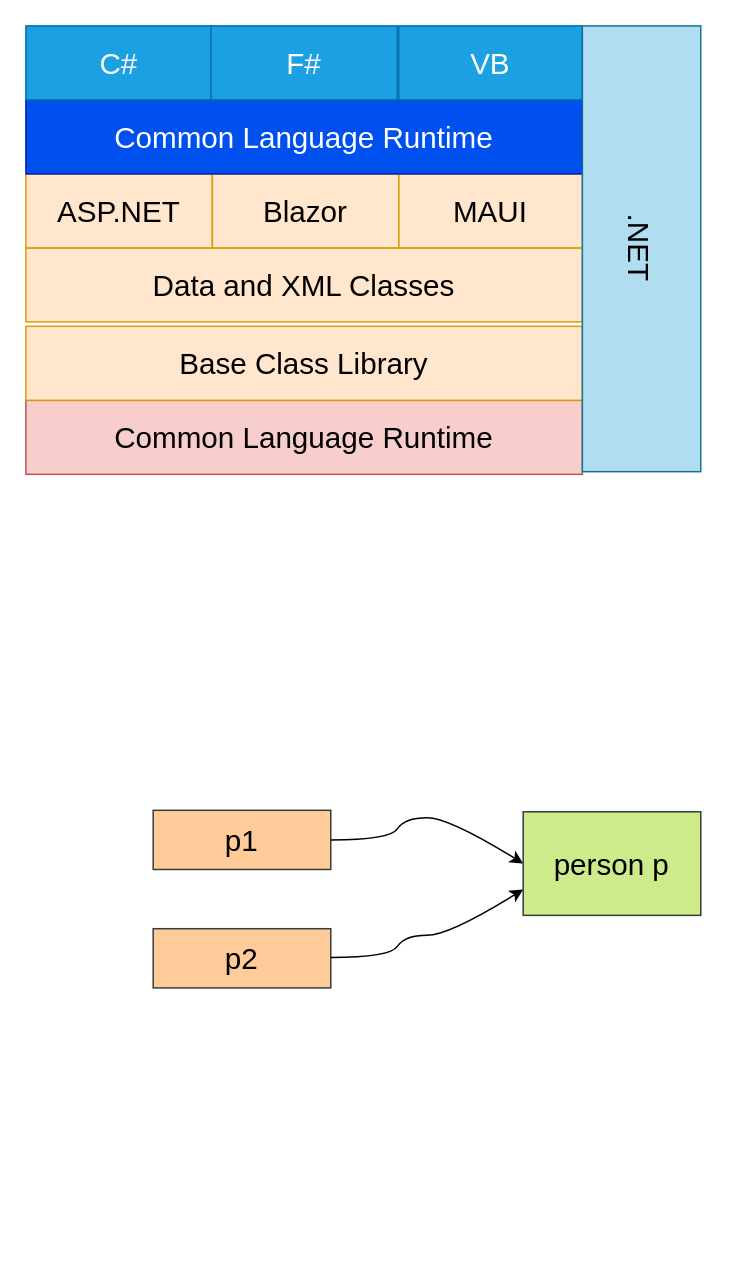
Before: Intro To Csharp Book Drawings.drawio in JeffreyYeTHU/Drawings, a draw.io diagram. Source tidied: cells renumbered, new cells numbered last; positions are measured from the earlier drawing's top-left corner, leaving out a move shared by most shapes. Both pictures are drawn from the tidied source at 148%, with x=0, y=0 at pixel (25, 25).
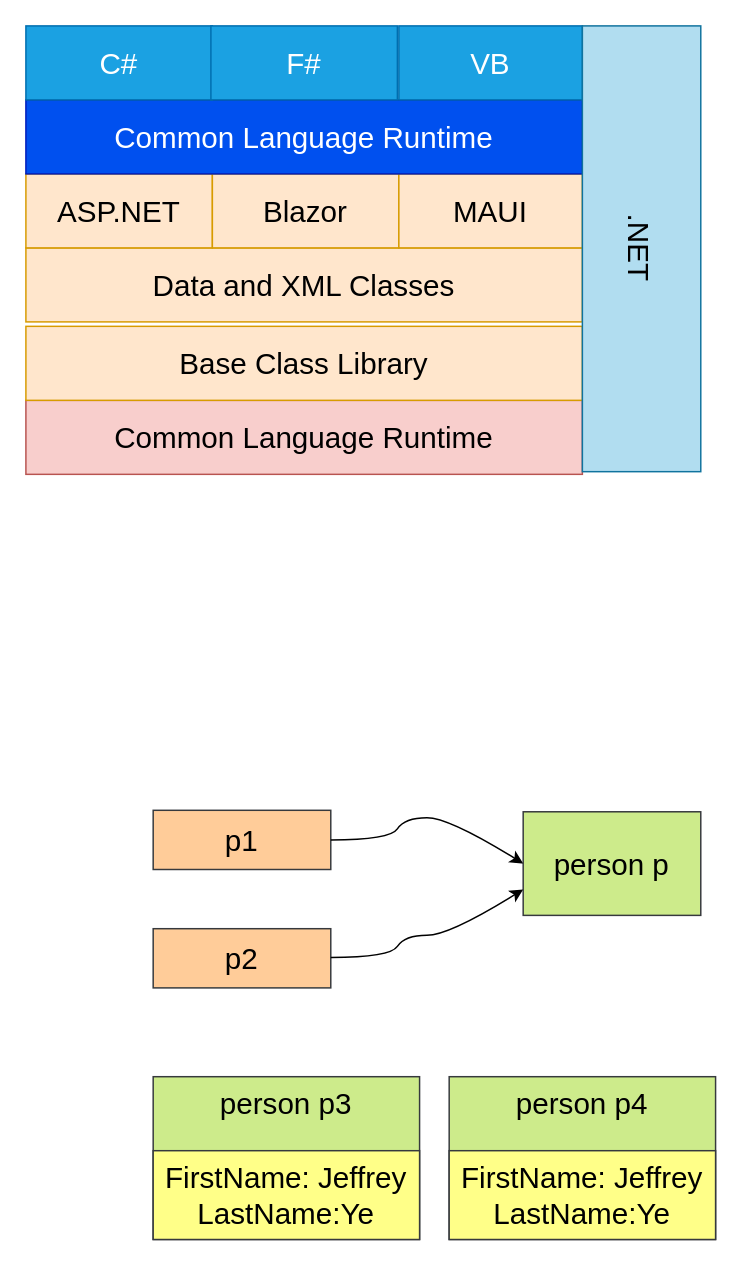
The same page after the edit.

Commit message:
Add equality graph

Change to the diagram source:
```diff
@@
+    <mxCell id="18" value="person p3" style="rounded=0;whiteSpace=wrap;html=1;fontSize=20;fillColor=#cdeb8b;strokeColor=#36393d;verticalAlign=top;" parent="1" vertex="1">
+      <mxGeometry x="86" y="710" width="180" height="110" as="geometry" />
+    </mxCell>
+    <mxCell id="19" value="FirstName: Jeffrey&lt;br&gt;LastName:Ye" style="rounded=0;whiteSpace=wrap;html=1;fontSize=20;fillColor=#ffff88;strokeColor=#36393d;" parent="1" vertex="1">
+      <mxGeometry x="86" y="760" width="180" height="60" as="geometry" />
+    </mxCell>
+    <mxCell id="20" value="person p4" style="rounded=0;whiteSpace=wrap;html=1;fontSize=20;fillColor=#cdeb8b;strokeColor=#36393d;verticalAlign=top;" parent="1" vertex="1">
+      <mxGeometry x="286" y="710" width="180" height="110" as="geometry" />
+    </mxCell>
+    <mxCell id="21" value="FirstName: Jeffrey&lt;br&gt;LastName:Ye" style="rounded=0;whiteSpace=wrap;html=1;fontSize=20;fillColor=#ffff88;strokeColor=#36393d;" parent="1" vertex="1">
+      <mxGeometry x="286" y="760" width="180" height="60" as="geometry" />
+    </mxCell>
```
